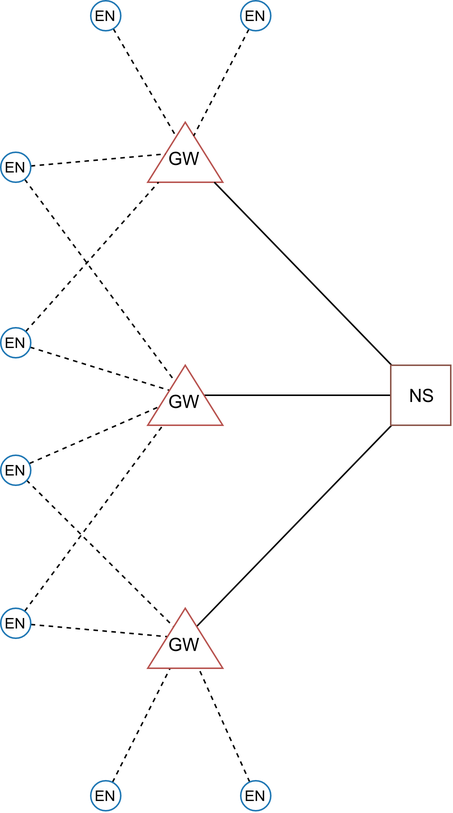
Before: fig/lorawan_topology.png, a diagram exported from draw.io (tugrulyatagan/tez). Source tidied: cells renumbered, new cells last; positions are measured from the earlier drawing's top-left corner, leaving out a move shared by most shapes. Source of this version:
```xml
<mxGraphModel>
  <root>
    <mxCell id="0" />
    <mxCell id="1" parent="0" />
    <mxCell id="2" value="GW" style="triangle;html=1;strokeColor=#B85450;fontColor=#000000;align=center;rotation=0;gradientColor=none;fillColor=none;direction=north;verticalAlign=middle;whiteSpace=wrap;horizontal=1;textDirection=rtl;flipH=0;flipV=0;spacingTop=8;spacing=0;spacingRight=1;" parent="1" vertex="1">
      <mxGeometry x="98" y="81" width="50" height="40" as="geometry" />
    </mxCell>
    <mxCell id="3" style="edgeStyle=none;rounded=0;jettySize=auto;html=1;dashed=1;endArrow=none;endFill=0;fontSize=10;" parent="1" edge="1" source="5" target="2">
      <mxGeometry relative="1" as="geometry" />
    </mxCell>
    <mxCell id="4" style="edgeStyle=none;rounded=0;jettySize=auto;html=1;dashed=1;endArrow=none;endFill=0;fontSize=10;" parent="1" edge="1" source="5" target="23">
      <mxGeometry relative="1" as="geometry" />
    </mxCell>
    <mxCell id="5" value="EN" style="ellipse;whiteSpace=wrap;html=1;fillColor=none;strokeColor=#1F77B4;fontSize=10;" parent="1" vertex="1">
      <mxGeometry y="101" width="20" height="20" as="geometry" />
    </mxCell>
    <mxCell id="6" style="rounded=0;jettySize=auto;html=1;endArrow=none;endFill=0;" parent="1" edge="1" source="9" target="2">
      <mxGeometry relative="1" as="geometry" />
    </mxCell>
    <mxCell id="7" style="edgeStyle=none;rounded=0;jettySize=auto;html=1;endArrow=none;endFill=0;" parent="1" edge="1" source="9" target="23">
      <mxGeometry relative="1" as="geometry" />
    </mxCell>
    <mxCell id="8" style="edgeStyle=none;rounded=0;jettySize=auto;html=1;endArrow=none;endFill=0;" parent="1" edge="1" source="9" target="24">
      <mxGeometry relative="1" as="geometry" />
    </mxCell>
    <mxCell id="9" value="NS" style="rounded=0;whiteSpace=wrap;html=1;strokeColor=#8C564B;fillColor=none;" parent="1" vertex="1">
      <mxGeometry x="260" y="243" width="40" height="40" as="geometry" />
    </mxCell>
    <mxCell id="10" style="edgeStyle=none;rounded=0;jettySize=auto;html=1;dashed=1;endArrow=none;endFill=0;fontSize=10;" parent="1" edge="1" source="12" target="2">
      <mxGeometry relative="1" as="geometry" />
    </mxCell>
    <mxCell id="11" style="edgeStyle=none;rounded=0;jettySize=auto;html=1;dashed=1;endArrow=none;endFill=0;fontSize=10;" parent="1" edge="1" source="12" target="23">
      <mxGeometry relative="1" as="geometry" />
    </mxCell>
    <mxCell id="12" value="EN" style="ellipse;whiteSpace=wrap;html=1;fillColor=none;strokeColor=#1F77B4;fontSize=10;" parent="1" vertex="1">
      <mxGeometry y="218" width="20" height="20" as="geometry" />
    </mxCell>
    <mxCell id="13" style="edgeStyle=none;rounded=0;jettySize=auto;html=1;dashed=1;endArrow=none;endFill=0;fontSize=10;" parent="1" edge="1" source="15" target="23">
      <mxGeometry relative="1" as="geometry" />
    </mxCell>
    <mxCell id="14" style="edgeStyle=none;rounded=0;jettySize=auto;html=1;dashed=1;endArrow=none;endFill=0;fontSize=10;" parent="1" edge="1" source="15" target="24">
      <mxGeometry relative="1" as="geometry" />
    </mxCell>
    <mxCell id="15" value="EN" style="ellipse;whiteSpace=wrap;html=1;fillColor=none;strokeColor=#1F77B4;fontSize=10;" parent="1" vertex="1">
      <mxGeometry y="302.5" width="20" height="20" as="geometry" />
    </mxCell>
    <mxCell id="16" style="edgeStyle=none;rounded=0;jettySize=auto;html=1;dashed=1;endArrow=none;endFill=0;fontSize=10;" parent="1" edge="1" source="18" target="23">
      <mxGeometry relative="1" as="geometry" />
    </mxCell>
    <mxCell id="17" style="edgeStyle=none;rounded=0;jettySize=auto;html=1;dashed=1;endArrow=none;endFill=0;fontSize=10;" parent="1" edge="1" source="18" target="24">
      <mxGeometry relative="1" as="geometry" />
    </mxCell>
    <mxCell id="18" value="EN" style="ellipse;whiteSpace=wrap;html=1;fillColor=none;strokeColor=#1F77B4;fontSize=10;" parent="1" vertex="1">
      <mxGeometry y="405" width="20" height="20" as="geometry" />
    </mxCell>
    <mxCell id="19" style="edgeStyle=none;rounded=0;jettySize=auto;html=1;dashed=1;endArrow=none;endFill=0;fontSize=10;" parent="1" edge="1" source="20" target="2">
      <mxGeometry relative="1" as="geometry" />
    </mxCell>
    <mxCell id="20" value="EN" style="ellipse;whiteSpace=wrap;html=1;fillColor=none;strokeColor=#1F77B4;fontSize=10;" parent="1" vertex="1">
      <mxGeometry x="60" width="20" height="20" as="geometry" />
    </mxCell>
    <mxCell id="21" style="edgeStyle=none;rounded=0;jettySize=auto;html=1;dashed=1;endArrow=none;endFill=0;fontSize=10;" parent="1" edge="1" source="22" target="24">
      <mxGeometry relative="1" as="geometry" />
    </mxCell>
    <mxCell id="22" value="EN" style="ellipse;whiteSpace=wrap;html=1;fillColor=none;strokeColor=#1F77B4;fontSize=10;" parent="1" vertex="1">
      <mxGeometry x="60" y="520" width="20" height="20" as="geometry" />
    </mxCell>
    <mxCell id="23" value="GW" style="triangle;html=1;strokeColor=#B85450;fontColor=#000000;align=center;rotation=0;gradientColor=none;fillColor=none;direction=north;verticalAlign=middle;whiteSpace=wrap;horizontal=1;textDirection=rtl;flipH=0;flipV=0;spacingTop=8;spacing=0;spacingRight=1;" parent="1" vertex="1">
      <mxGeometry x="98" y="243" width="50" height="40" as="geometry" />
    </mxCell>
    <mxCell id="24" value="GW" style="triangle;html=1;strokeColor=#B85450;fontColor=#000000;align=center;rotation=0;gradientColor=none;fillColor=none;direction=north;verticalAlign=middle;whiteSpace=wrap;horizontal=1;textDirection=rtl;flipH=0;flipV=0;spacingTop=8;spacing=0;spacingRight=1;" parent="1" vertex="1">
      <mxGeometry x="98" y="405" width="50" height="40" as="geometry" />
    </mxCell>
    <mxCell id="25" style="edgeStyle=none;rounded=0;jettySize=auto;html=1;endArrow=none;endFill=0;fontSize=10;dashed=1;" parent="1" edge="1" source="26" target="2">
      <mxGeometry relative="1" as="geometry" />
    </mxCell>
    <mxCell id="26" value="EN" style="ellipse;whiteSpace=wrap;html=1;fillColor=none;strokeColor=#1F77B4;fontSize=10;" parent="1" vertex="1">
      <mxGeometry x="160" width="20" height="20" as="geometry" />
    </mxCell>
    <mxCell id="27" style="edgeStyle=none;rounded=0;jettySize=auto;html=1;dashed=1;endArrow=none;endFill=0;fontSize=10;" parent="1" edge="1" source="28" target="24">
      <mxGeometry relative="1" as="geometry" />
    </mxCell>
    <mxCell id="28" value="EN" style="ellipse;whiteSpace=wrap;html=1;fillColor=none;strokeColor=#1F77B4;fontSize=10;" parent="1" vertex="1">
      <mxGeometry x="160" y="520" width="20" height="20" as="geometry" />
    </mxCell>
  </root>
</mxGraphModel>
```
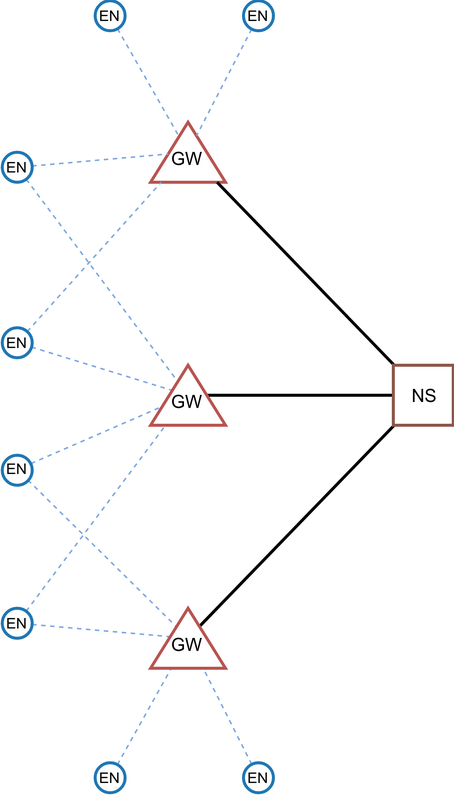
After the commit.

The edit, as a diff of the source:
```diff
@@ -2,86 +2,86 @@
   <root>
     <mxCell id="0" />
     <mxCell id="1" parent="0" />
-    <mxCell id="2" value="GW" style="triangle;html=1;strokeColor=#B85450;fontColor=#000000;align=center;rotation=0;gradientColor=none;fillColor=none;direction=north;verticalAlign=middle;whiteSpace=wrap;horizontal=1;textDirection=rtl;flipH=0;flipV=0;spacingTop=8;spacing=0;spacingRight=1;" parent="1" vertex="1">
+    <mxCell id="2" value="GW" style="triangle;html=1;strokeColor=#B85450;fontColor=#000000;align=center;rotation=0;gradientColor=none;fillColor=none;direction=north;verticalAlign=middle;whiteSpace=wrap;horizontal=1;textDirection=rtl;flipH=0;flipV=0;spacingTop=8;spacing=0;spacingRight=1;strokeWidth=2;" parent="1" vertex="1">
       <mxGeometry x="98" y="81" width="50" height="40" as="geometry" />
     </mxCell>
-    <mxCell id="3" style="edgeStyle=none;rounded=0;jettySize=auto;html=1;dashed=1;endArrow=none;endFill=0;fontSize=10;" parent="1" edge="1" source="5" target="2">
+    <mxCell id="3" style="edgeStyle=none;rounded=0;jettySize=auto;html=1;dashed=1;endArrow=none;endFill=0;fontSize=10;strokeColor=#7EA6E0;" parent="1" edge="1" source="5" target="2">
       <mxGeometry relative="1" as="geometry" />
     </mxCell>
-    <mxCell id="4" style="edgeStyle=none;rounded=0;jettySize=auto;html=1;dashed=1;endArrow=none;endFill=0;fontSize=10;" parent="1" edge="1" source="5" target="23">
+    <mxCell id="4" style="edgeStyle=none;rounded=0;jettySize=auto;html=1;dashed=1;endArrow=none;endFill=0;fontSize=10;strokeColor=#7EA6E0;" parent="1" edge="1" source="5" target="23">
       <mxGeometry relative="1" as="geometry" />
     </mxCell>
-    <mxCell id="5" value="EN" style="ellipse;whiteSpace=wrap;html=1;fillColor=none;strokeColor=#1F77B4;fontSize=10;" parent="1" vertex="1">
-      <mxGeometry y="101" width="20" height="20" as="geometry" />
+    <mxCell id="5" value="EN" style="ellipse;whiteSpace=wrap;html=1;fillColor=none;strokeColor=#1F77B4;fontSize=10;strokeWidth=2;" parent="1" vertex="1">
+      <mxGeometry x="-1" y="101" width="20" height="20" as="geometry" />
     </mxCell>
-    <mxCell id="6" style="rounded=0;jettySize=auto;html=1;endArrow=none;endFill=0;" parent="1" edge="1" source="9" target="2">
+    <mxCell id="6" style="rounded=0;jettySize=auto;html=1;endArrow=none;endFill=0;strokeWidth=2;" parent="1" edge="1" source="9" target="2">
       <mxGeometry relative="1" as="geometry" />
     </mxCell>
-    <mxCell id="7" style="edgeStyle=none;rounded=0;jettySize=auto;html=1;endArrow=none;endFill=0;" parent="1" edge="1" source="9" target="23">
+    <mxCell id="7" style="edgeStyle=none;rounded=0;jettySize=auto;html=1;endArrow=none;endFill=0;strokeWidth=2;" parent="1" edge="1" source="9" target="23">
       <mxGeometry relative="1" as="geometry" />
     </mxCell>
-    <mxCell id="8" style="edgeStyle=none;rounded=0;jettySize=auto;html=1;endArrow=none;endFill=0;" parent="1" edge="1" source="9" target="24">
+    <mxCell id="8" style="edgeStyle=none;rounded=0;jettySize=auto;html=1;endArrow=none;endFill=0;strokeWidth=2;" parent="1" edge="1" source="9" target="24">
       <mxGeometry relative="1" as="geometry" />
     </mxCell>
-    <mxCell id="9" value="NS" style="rounded=0;whiteSpace=wrap;html=1;strokeColor=#8C564B;fillColor=none;" parent="1" vertex="1">
+    <mxCell id="9" value="NS" style="rounded=0;whiteSpace=wrap;html=1;strokeColor=#8C564B;fillColor=none;strokeWidth=2;" parent="1" vertex="1">
       <mxGeometry x="260" y="243" width="40" height="40" as="geometry" />
     </mxCell>
-    <mxCell id="10" style="edgeStyle=none;rounded=0;jettySize=auto;html=1;dashed=1;endArrow=none;endFill=0;fontSize=10;" parent="1" edge="1" source="12" target="2">
+    <mxCell id="10" style="edgeStyle=none;rounded=0;jettySize=auto;html=1;dashed=1;endArrow=none;endFill=0;fontSize=10;strokeColor=#7EA6E0;" parent="1" edge="1" source="12" target="2">
       <mxGeometry relative="1" as="geometry" />
     </mxCell>
-    <mxCell id="11" style="edgeStyle=none;rounded=0;jettySize=auto;html=1;dashed=1;endArrow=none;endFill=0;fontSize=10;" parent="1" edge="1" source="12" target="23">
+    <mxCell id="11" style="edgeStyle=none;rounded=0;jettySize=auto;html=1;dashed=1;endArrow=none;endFill=0;fontSize=10;strokeColor=#7EA6E0;" parent="1" edge="1" source="12" target="23">
       <mxGeometry relative="1" as="geometry" />
     </mxCell>
-    <mxCell id="12" value="EN" style="ellipse;whiteSpace=wrap;html=1;fillColor=none;strokeColor=#1F77B4;fontSize=10;" parent="1" vertex="1">
-      <mxGeometry y="218" width="20" height="20" as="geometry" />
+    <mxCell id="12" value="EN" style="ellipse;whiteSpace=wrap;html=1;fillColor=none;strokeColor=#1F77B4;fontSize=10;strokeWidth=2;" parent="1" vertex="1">
+      <mxGeometry x="-1" y="218" width="20" height="20" as="geometry" />
     </mxCell>
-    <mxCell id="13" style="edgeStyle=none;rounded=0;jettySize=auto;html=1;dashed=1;endArrow=none;endFill=0;fontSize=10;" parent="1" edge="1" source="15" target="23">
+    <mxCell id="13" style="edgeStyle=none;rounded=0;jettySize=auto;html=1;dashed=1;endArrow=none;endFill=0;fontSize=10;strokeColor=#7EA6E0;" parent="1" edge="1" source="15" target="23">
       <mxGeometry relative="1" as="geometry" />
     </mxCell>
-    <mxCell id="14" style="edgeStyle=none;rounded=0;jettySize=auto;html=1;dashed=1;endArrow=none;endFill=0;fontSize=10;" parent="1" edge="1" source="15" target="24">
+    <mxCell id="14" style="edgeStyle=none;rounded=0;jettySize=auto;html=1;dashed=1;endArrow=none;endFill=0;fontSize=10;strokeColor=#7EA6E0;" parent="1" edge="1" source="15" target="24">
       <mxGeometry relative="1" as="geometry" />
     </mxCell>
-    <mxCell id="15" value="EN" style="ellipse;whiteSpace=wrap;html=1;fillColor=none;strokeColor=#1F77B4;fontSize=10;" parent="1" vertex="1">
-      <mxGeometry y="302.5" width="20" height="20" as="geometry" />
+    <mxCell id="15" value="EN" style="ellipse;whiteSpace=wrap;html=1;fillColor=none;strokeColor=#1F77B4;fontSize=10;strokeWidth=2;" parent="1" vertex="1">
+      <mxGeometry x="-1" y="302.5" width="20" height="20" as="geometry" />
     </mxCell>
-    <mxCell id="16" style="edgeStyle=none;rounded=0;jettySize=auto;html=1;dashed=1;endArrow=none;endFill=0;fontSize=10;" parent="1" edge="1" source="18" target="23">
+    <mxCell id="16" style="edgeStyle=none;rounded=0;jettySize=auto;html=1;dashed=1;endArrow=none;endFill=0;fontSize=10;strokeColor=#7EA6E0;" parent="1" edge="1" source="18" target="23">
       <mxGeometry relative="1" as="geometry" />
     </mxCell>
-    <mxCell id="17" style="edgeStyle=none;rounded=0;jettySize=auto;html=1;dashed=1;endArrow=none;endFill=0;fontSize=10;" parent="1" edge="1" source="18" target="24">
+    <mxCell id="17" style="edgeStyle=none;rounded=0;jettySize=auto;html=1;dashed=1;endArrow=none;endFill=0;fontSize=10;strokeColor=#7EA6E0;" parent="1" edge="1" source="18" target="24">
       <mxGeometry relative="1" as="geometry" />
     </mxCell>
-    <mxCell id="18" value="EN" style="ellipse;whiteSpace=wrap;html=1;fillColor=none;strokeColor=#1F77B4;fontSize=10;" parent="1" vertex="1">
-      <mxGeometry y="405" width="20" height="20" as="geometry" />
+    <mxCell id="18" value="EN" style="ellipse;whiteSpace=wrap;html=1;fillColor=none;strokeColor=#1F77B4;fontSize=10;strokeWidth=2;" parent="1" vertex="1">
+      <mxGeometry x="-1" y="405" width="20" height="20" as="geometry" />
     </mxCell>
-    <mxCell id="19" style="edgeStyle=none;rounded=0;jettySize=auto;html=1;dashed=1;endArrow=none;endFill=0;fontSize=10;" parent="1" edge="1" source="20" target="2">
+    <mxCell id="19" style="edgeStyle=none;rounded=0;jettySize=auto;html=1;dashed=1;endArrow=none;endFill=0;fontSize=10;strokeColor=#7EA6E0;" parent="1" edge="1" source="20" target="2">
       <mxGeometry relative="1" as="geometry" />
     </mxCell>
-    <mxCell id="20" value="EN" style="ellipse;whiteSpace=wrap;html=1;fillColor=none;strokeColor=#1F77B4;fontSize=10;" parent="1" vertex="1">
-      <mxGeometry x="60" width="20" height="20" as="geometry" />
+    <mxCell id="20" value="EN" style="ellipse;whiteSpace=wrap;html=1;fillColor=none;strokeColor=#1F77B4;fontSize=10;strokeWidth=2;" parent="1" vertex="1">
+      <mxGeometry x="61" width="20" height="20" as="geometry" />
     </mxCell>
-    <mxCell id="21" style="edgeStyle=none;rounded=0;jettySize=auto;html=1;dashed=1;endArrow=none;endFill=0;fontSize=10;" parent="1" edge="1" source="22" target="24">
+    <mxCell id="21" style="edgeStyle=none;rounded=0;jettySize=auto;html=1;dashed=1;endArrow=none;endFill=0;fontSize=10;strokeColor=#7EA6E0;" parent="1" edge="1" source="22" target="24">
       <mxGeometry relative="1" as="geometry" />
     </mxCell>
-    <mxCell id="22" value="EN" style="ellipse;whiteSpace=wrap;html=1;fillColor=none;strokeColor=#1F77B4;fontSize=10;" parent="1" vertex="1">
-      <mxGeometry x="60" y="520" width="20" height="20" as="geometry" />
+    <mxCell id="22" value="EN" style="ellipse;whiteSpace=wrap;html=1;fillColor=none;strokeColor=#1F77B4;fontSize=10;strokeWidth=2;" parent="1" vertex="1">
+      <mxGeometry x="61" y="508" width="20" height="20" as="geometry" />
     </mxCell>
-    <mxCell id="23" value="GW" style="triangle;html=1;strokeColor=#B85450;fontColor=#000000;align=center;rotation=0;gradientColor=none;fillColor=none;direction=north;verticalAlign=middle;whiteSpace=wrap;horizontal=1;textDirection=rtl;flipH=0;flipV=0;spacingTop=8;spacing=0;spacingRight=1;" parent="1" vertex="1">
+    <mxCell id="23" value="GW" style="triangle;html=1;strokeColor=#B85450;fontColor=#000000;align=center;rotation=0;gradientColor=none;fillColor=none;direction=north;verticalAlign=middle;whiteSpace=wrap;horizontal=1;textDirection=rtl;flipH=0;flipV=0;spacingTop=8;spacing=0;spacingRight=1;strokeWidth=2;" parent="1" vertex="1">
       <mxGeometry x="98" y="243" width="50" height="40" as="geometry" />
     </mxCell>
-    <mxCell id="24" value="GW" style="triangle;html=1;strokeColor=#B85450;fontColor=#000000;align=center;rotation=0;gradientColor=none;fillColor=none;direction=north;verticalAlign=middle;whiteSpace=wrap;horizontal=1;textDirection=rtl;flipH=0;flipV=0;spacingTop=8;spacing=0;spacingRight=1;" parent="1" vertex="1">
+    <mxCell id="24" value="GW" style="triangle;html=1;strokeColor=#B85450;fontColor=#000000;align=center;rotation=0;gradientColor=none;fillColor=none;direction=north;verticalAlign=middle;whiteSpace=wrap;horizontal=1;textDirection=rtl;flipH=0;flipV=0;spacingTop=8;spacing=0;spacingRight=1;strokeWidth=2;" parent="1" vertex="1">
       <mxGeometry x="98" y="405" width="50" height="40" as="geometry" />
     </mxCell>
-    <mxCell id="25" style="edgeStyle=none;rounded=0;jettySize=auto;html=1;endArrow=none;endFill=0;fontSize=10;dashed=1;" parent="1" edge="1" source="26" target="2">
+    <mxCell id="25" style="edgeStyle=none;rounded=0;jettySize=auto;html=1;endArrow=none;endFill=0;fontSize=10;dashed=1;strokeColor=#7EA6E0;" parent="1" edge="1" source="26" target="2">
       <mxGeometry relative="1" as="geometry" />
     </mxCell>
-    <mxCell id="26" value="EN" style="ellipse;whiteSpace=wrap;html=1;fillColor=none;strokeColor=#1F77B4;fontSize=10;" parent="1" vertex="1">
+    <mxCell id="26" value="EN" style="ellipse;whiteSpace=wrap;html=1;fillColor=none;strokeColor=#1F77B4;fontSize=10;strokeWidth=2;" parent="1" vertex="1">
       <mxGeometry x="160" width="20" height="20" as="geometry" />
     </mxCell>
-    <mxCell id="27" style="edgeStyle=none;rounded=0;jettySize=auto;html=1;dashed=1;endArrow=none;endFill=0;fontSize=10;" parent="1" edge="1" source="28" target="24">
+    <mxCell id="27" style="edgeStyle=none;rounded=0;jettySize=auto;html=1;dashed=1;endArrow=none;endFill=0;fontSize=10;strokeColor=#7EA6E0;" parent="1" edge="1" source="28" target="24">
       <mxGeometry relative="1" as="geometry" />
     </mxCell>
-    <mxCell id="28" value="EN" style="ellipse;whiteSpace=wrap;html=1;fillColor=none;strokeColor=#1F77B4;fontSize=10;" parent="1" vertex="1">
-      <mxGeometry x="160" y="520" width="20" height="20" as="geometry" />
+    <mxCell id="28" value="EN" style="ellipse;whiteSpace=wrap;html=1;fillColor=none;strokeColor=#1F77B4;fontSize=10;strokeWidth=2;" parent="1" vertex="1">
+      <mxGeometry x="160" y="508" width="20" height="20" as="geometry" />
     </mxCell>
   </root>
 </mxGraphModel>
```
